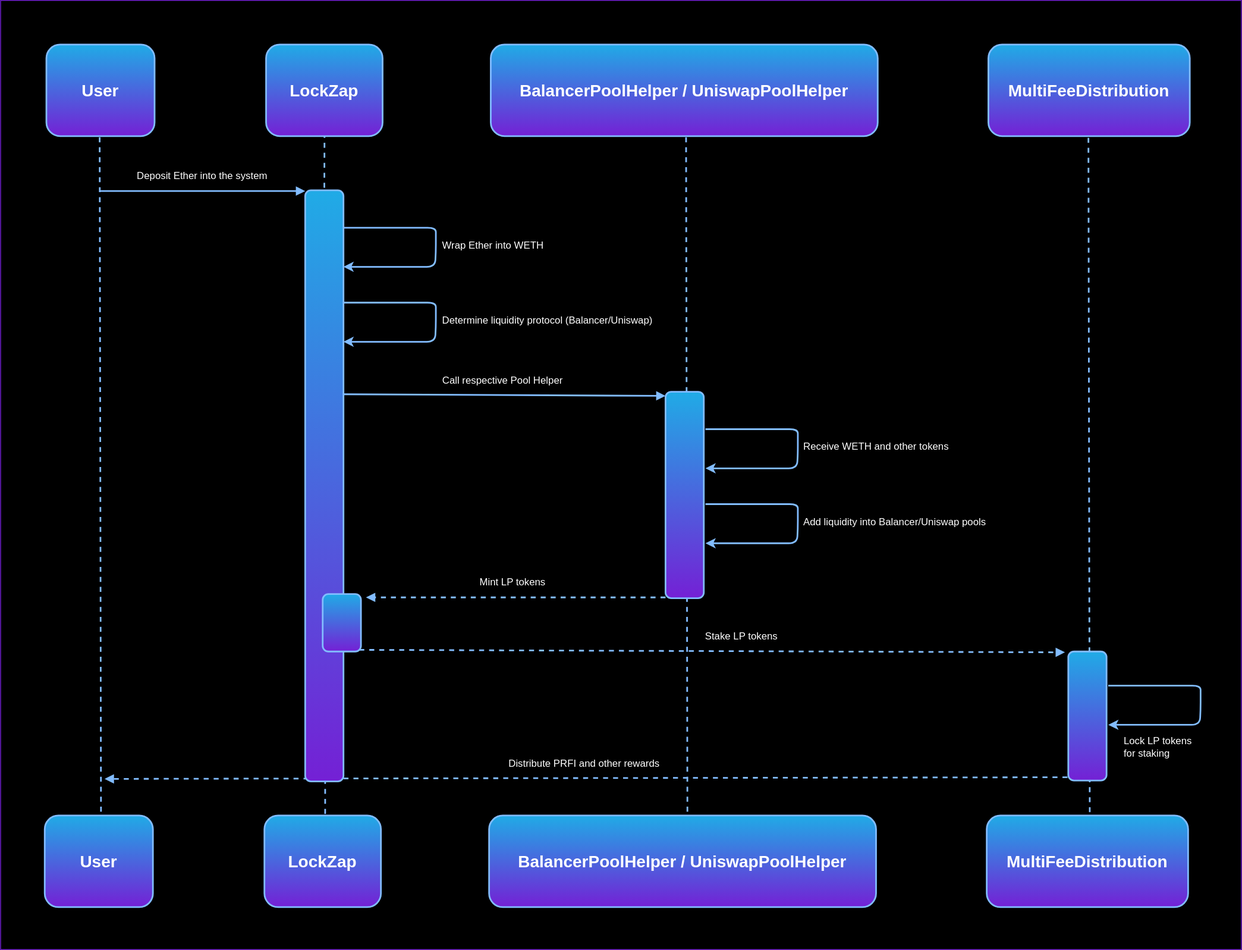
PrimeNumbersLabs/primefi-gitbook keeps this draw.io diagram as contracts/diagrams/flik.drawio.svg. Above is the earlier version. Source tidied: cells renumbered, new cells last; positions are measured from the earlier drawing's top-left corner, leaving out a move shared by most shapes. Source of this version:
```xml
<mxGraphModel background="#000000">
  <root>
    <mxCell id="0" />
    <mxCell id="1" parent="0" />
    <mxCell id="2" style="rounded=0;whiteSpace=wrap;html=1;strokeColor=#7420D5;fontFamily=Helvetica;fontSize=12;fontColor=default;fillColor=none;gradientColor=#7420D5;" parent="1" vertex="1">
      <mxGeometry width="1491" height="1140" as="geometry" />
    </mxCell>
    <mxCell id="3" value="User" style="rounded=1;whiteSpace=wrap;html=1;fillColor=#20ABE6;strokeColor=#82BCFF;fontColor=#FFFFFF;fontSize=20;strokeWidth=2;fontStyle=1;gradientColor=#7420D5;labelBackgroundColor=none;labelBorderColor=none;" parent="1" vertex="1">
      <mxGeometry x="55" y="53" width="130" height="110" as="geometry" />
    </mxCell>
    <mxCell id="4" value="LockZap" style="rounded=1;whiteSpace=wrap;html=1;fillColor=#20ABE6;strokeColor=#82BCFF;fontColor=#FFFFFF;fontSize=20;strokeWidth=2;fontStyle=1;gradientColor=#7420D5;labelBackgroundColor=none;labelBorderColor=none;" parent="1" vertex="1">
      <mxGeometry x="319" y="53" width="140" height="110" as="geometry" />
    </mxCell>
    <mxCell id="5" value="BalancerPoolHelper / UniswapPoolHelper" style="rounded=1;whiteSpace=wrap;html=1;fillColor=#20ABE6;strokeColor=#82BCFF;fontColor=#FFFFFF;fontSize=20;strokeWidth=2;fontStyle=1;gradientColor=#7420D5;labelBackgroundColor=none;labelBorderColor=none;" parent="1" vertex="1">
      <mxGeometry x="589" y="53" width="465" height="110" as="geometry" />
    </mxCell>
    <mxCell id="6" value="MultiFeeDistribution" style="rounded=1;whiteSpace=wrap;html=1;fillColor=#20ABE6;strokeColor=#82BCFF;fontColor=#FFFFFF;fontSize=20;strokeWidth=2;fontStyle=1;gradientColor=#7420D5;labelBackgroundColor=none;labelBorderColor=none;" parent="1" vertex="1">
      <mxGeometry x="1187" y="53" width="242" height="110" as="geometry" />
    </mxCell>
    <mxCell id="7" value="User" style="rounded=1;whiteSpace=wrap;html=1;fillColor=#20ABE6;strokeColor=#82BCFF;fontColor=#FFFFFF;fontSize=20;strokeWidth=2;fontStyle=1;gradientColor=#7420D5;labelBackgroundColor=none;labelBorderColor=none;" parent="1" vertex="1">
      <mxGeometry x="53" y="979" width="130" height="110" as="geometry" />
    </mxCell>
    <mxCell id="8" value="LockZap" style="rounded=1;whiteSpace=wrap;html=1;fillColor=#20ABE6;strokeColor=#82BCFF;fontColor=#FFFFFF;fontSize=20;strokeWidth=2;fontStyle=1;gradientColor=#7420D5;labelBackgroundColor=none;labelBorderColor=none;" parent="1" vertex="1">
      <mxGeometry x="317" y="979" width="140" height="110" as="geometry" />
    </mxCell>
    <mxCell id="9" value="BalancerPoolHelper / UniswapPoolHelper" style="rounded=1;whiteSpace=wrap;html=1;fillColor=#20ABE6;strokeColor=#82BCFF;fontColor=#FFFFFF;fontSize=20;strokeWidth=2;fontStyle=1;gradientColor=#7420D5;labelBackgroundColor=none;labelBorderColor=none;" parent="1" vertex="1">
      <mxGeometry x="587" y="979" width="465" height="110" as="geometry" />
    </mxCell>
    <mxCell id="10" value="MultiFeeDistribution" style="rounded=1;whiteSpace=wrap;html=1;fillColor=#20ABE6;strokeColor=#82BCFF;fontColor=#FFFFFF;fontSize=20;strokeWidth=2;fontStyle=1;gradientColor=#7420D5;labelBackgroundColor=none;labelBorderColor=none;" parent="1" vertex="1">
      <mxGeometry x="1185" y="979" width="242" height="110" as="geometry" />
    </mxCell>
    <mxCell id="11" style="endArrow=none;dashed=1;html=1;rounded=0;entryX=0.5;entryY=1;entryDx=0;entryDy=0;exitX=0.5;exitY=0;exitDx=0;exitDy=0;strokeWidth=2;strokeColor=#82BCFF;" parent="1" edge="1">
      <mxGeometry relative="1" as="geometry">
        <mxPoint x="120.6" y="974.3" as="sourcePoint" />
        <mxPoint x="119" y="163" as="targetPoint" />
      </mxGeometry>
    </mxCell>
    <mxCell id="12" style="endArrow=none;dashed=1;html=1;rounded=0;entryX=0.5;entryY=1;entryDx=0;entryDy=0;exitX=0.5;exitY=0;exitDx=0;exitDy=0;strokeWidth=2;strokeColor=#82BCFF;" parent="1" edge="1">
      <mxGeometry relative="1" as="geometry">
        <mxPoint x="389" y="225" as="sourcePoint" />
        <mxPoint x="389.2" y="163" as="targetPoint" />
      </mxGeometry>
    </mxCell>
    <mxCell id="13" style="endArrow=none;dashed=1;html=1;rounded=0;entryX=0.5;entryY=1;entryDx=0;entryDy=0;exitX=0.5;exitY=0;exitDx=0;exitDy=0;strokeWidth=2;strokeColor=#82BCFF;" parent="1" edge="1">
      <mxGeometry relative="1" as="geometry">
        <mxPoint x="825.3" y="974.3" as="sourcePoint" />
        <mxPoint x="823.7" y="163" as="targetPoint" />
      </mxGeometry>
    </mxCell>
    <mxCell id="14" style="endArrow=none;dashed=1;html=1;rounded=0;entryX=0.5;entryY=1;entryDx=0;entryDy=0;exitX=0.5;exitY=0;exitDx=0;exitDy=0;strokeWidth=2;strokeColor=#82BCFF;" parent="1" edge="1">
      <mxGeometry relative="1" as="geometry">
        <mxPoint x="1308.8" y="975" as="sourcePoint" />
        <mxPoint x="1307.2" y="163.7" as="targetPoint" />
      </mxGeometry>
    </mxCell>
    <mxCell id="15" style="endArrow=block;html=1;rounded=0;endFill=1;strokeWidth=2;strokeColor=#82BCFF;" parent="1" edge="1">
      <mxGeometry relative="1" as="geometry">
        <mxPoint x="119" y="229" as="sourcePoint" />
        <mxPoint x="366" y="229" as="targetPoint" />
      </mxGeometry>
    </mxCell>
    <mxCell id="16" value="Deposit Ether into the system" style="edgeLabel;html=1;align=center;verticalAlign=middle;fontColor=#FFFFFF;labelBackgroundColor=none;fontSize=12;" parent="15" vertex="1">
      <mxGeometry x="0.18" y="3" relative="1" as="geometry">
        <mxPoint x="-24" y="-16" as="offset" />
      </mxGeometry>
    </mxCell>
    <mxCell id="17" style="endArrow=block;html=1;rounded=0;endFill=1;strokeWidth=2;strokeColor=#82BCFF;" parent="1" edge="1">
      <mxGeometry relative="1" as="geometry">
        <mxPoint x="409" y="473" as="sourcePoint" />
        <mxPoint x="799" y="475" as="targetPoint" />
      </mxGeometry>
    </mxCell>
    <mxCell id="18" value="Call respective Pool Helper" style="edgeLabel;html=1;align=center;verticalAlign=middle;fontColor=#FFFFFF;labelBackgroundColor=none;fontSize=12;" parent="17" vertex="1">
      <mxGeometry x="0.18" y="3" relative="1" as="geometry">
        <mxPoint x="-37" y="-15" as="offset" />
      </mxGeometry>
    </mxCell>
    <mxCell id="19" style="endArrow=block;html=1;rounded=0;endFill=1;strokeWidth=2;dashed=1;strokeColor=#82BCFF;" parent="1" edge="1">
      <mxGeometry relative="1" as="geometry">
        <mxPoint x="431" y="780" as="sourcePoint" />
        <mxPoint x="1279" y="783" as="targetPoint" />
      </mxGeometry>
    </mxCell>
    <mxCell id="20" value="Stake LP tokens" style="edgeLabel;html=1;align=center;verticalAlign=middle;fontColor=#FFFFFF;labelBackgroundColor=none;fontSize=12;" parent="19" vertex="1">
      <mxGeometry x="0.18" y="3" relative="1" as="geometry">
        <mxPoint x="-42" y="-16" as="offset" />
      </mxGeometry>
    </mxCell>
    <mxCell id="21" style="endArrow=block;html=1;rounded=0;endFill=1;strokeWidth=2;dashed=1;strokeColor=#82BCFF;" parent="1" edge="1">
      <mxGeometry relative="1" as="geometry">
        <mxPoint x="1282" y="933" as="sourcePoint" />
        <mxPoint x="125" y="935" as="targetPoint" />
      </mxGeometry>
    </mxCell>
    <mxCell id="22" value="Distribute PRFI and other rewards" style="edgeLabel;html=1;align=center;verticalAlign=middle;fontColor=#FFFFFF;labelBackgroundColor=none;fontSize=12;" parent="21" vertex="1">
      <mxGeometry x="0.18" y="3" relative="1" as="geometry">
        <mxPoint x="100" y="-21" as="offset" />
      </mxGeometry>
    </mxCell>
    <mxCell id="23" style="endArrow=block;html=1;rounded=0;endFill=1;strokeWidth=2;dashed=1;strokeColor=#82BCFF;" parent="1" edge="1">
      <mxGeometry relative="1" as="geometry">
        <mxPoint x="799" y="717" as="sourcePoint" />
        <mxPoint x="439" y="717" as="targetPoint" />
      </mxGeometry>
    </mxCell>
    <mxCell id="24" value="Mint LP tokens" style="edgeLabel;html=1;align=center;verticalAlign=middle;fontColor=#FFFFFF;labelBackgroundColor=none;fontSize=12;" parent="23" vertex="1">
      <mxGeometry x="0.18" y="3" relative="1" as="geometry">
        <mxPoint x="27" y="-22" as="offset" />
      </mxGeometry>
    </mxCell>
    <mxCell id="25" style="rounded=1;whiteSpace=wrap;html=1;fillColor=#20ABE6;strokeColor=#82BCFF;fontColor=#FFFFFF;fontSize=20;strokeWidth=2;fontStyle=1;gradientColor=#7420D5;labelBackgroundColor=none;labelBorderColor=none;" parent="1" vertex="1">
      <mxGeometry x="1283" y="782" width="46" height="155" as="geometry" />
    </mxCell>
    <mxCell id="26" style="rounded=1;whiteSpace=wrap;html=1;fillColor=#20ABE6;strokeColor=#82BCFF;fontColor=#FFFFFF;fontSize=20;strokeWidth=2;fontStyle=1;gradientColor=#7420D5;labelBackgroundColor=none;labelBorderColor=none;" parent="1" vertex="1">
      <mxGeometry x="799" y="470" width="46" height="248" as="geometry" />
    </mxCell>
    <mxCell id="27" style="endArrow=none;dashed=1;html=1;rounded=0;strokeWidth=2;strokeColor=#82BCFF;" parent="1" edge="1">
      <mxGeometry relative="1" as="geometry">
        <mxPoint x="390" y="977" as="sourcePoint" />
        <mxPoint x="390" y="939" as="targetPoint" />
      </mxGeometry>
    </mxCell>
    <mxCell id="28" style="rounded=1;whiteSpace=wrap;html=1;fillColor=#20ABE6;strokeColor=#82BCFF;fontColor=#FFFFFF;fontSize=20;strokeWidth=2;fontStyle=1;gradientColor=#7420D5;labelBackgroundColor=none;labelBorderColor=none;" parent="1" vertex="1">
      <mxGeometry x="366" y="228" width="46" height="710" as="geometry" />
    </mxCell>
    <mxCell id="29" style="rounded=1;whiteSpace=wrap;html=1;fillColor=#20ABE6;strokeColor=#82BCFF;fontColor=#FFFFFF;fontSize=20;strokeWidth=2;fontStyle=1;gradientColor=#7420D5;labelBackgroundColor=none;labelBorderColor=none;" parent="1" vertex="1">
      <mxGeometry x="387" y="713" width="46" height="69" as="geometry" />
    </mxCell>
    <mxCell id="30" style="curved=1;endArrow=classic;html=1;rounded=0;strokeColor=#82BCFF;strokeWidth=2;" parent="1" edge="1">
      <mxGeometry relative="1" as="geometry">
        <mxPoint x="412" y="273" as="sourcePoint" />
        <mxPoint x="412" y="320" as="targetPoint" />
        <Array as="points">
          <mxPoint x="503" y="273" />
          <mxPoint x="523" y="273" />
          <mxPoint x="523" y="283" />
          <mxPoint x="523" y="303" />
          <mxPoint x="522" y="320" />
          <mxPoint x="502" y="320" />
          <mxPoint x="442" y="320" />
        </Array>
      </mxGeometry>
    </mxCell>
    <mxCell id="31" value="Wrap Ether into WETH" style="edgeLabel;html=1;align=left;verticalAlign=middle;labelBackgroundColor=none;fontColor=#FFFFFF;fontSize=12;" parent="30" vertex="1">
      <mxGeometry x="0.01" relative="1" as="geometry">
        <mxPoint x="6" y="-4" as="offset" />
      </mxGeometry>
    </mxCell>
    <mxCell id="32" style="curved=1;endArrow=classic;html=1;rounded=0;strokeColor=#82BCFF;strokeWidth=2;" parent="1" edge="1">
      <mxGeometry relative="1" as="geometry">
        <mxPoint x="412" y="363" as="sourcePoint" />
        <mxPoint x="412" y="410" as="targetPoint" />
        <Array as="points">
          <mxPoint x="503" y="363" />
          <mxPoint x="523" y="363" />
          <mxPoint x="523" y="373" />
          <mxPoint x="523" y="393" />
          <mxPoint x="522" y="410" />
          <mxPoint x="502" y="410" />
          <mxPoint x="442" y="410" />
        </Array>
      </mxGeometry>
    </mxCell>
    <mxCell id="33" value="Determine liquidity protocol (Balancer/Uniswap)" style="edgeLabel;html=1;align=left;verticalAlign=middle;labelBackgroundColor=none;fontColor=#FFFFFF;fontSize=12;" parent="32" vertex="1">
      <mxGeometry x="0.01" relative="1" as="geometry">
        <mxPoint x="6" y="-4" as="offset" />
      </mxGeometry>
    </mxCell>
    <mxCell id="34" style="curved=1;endArrow=classic;html=1;rounded=0;strokeColor=#82BCFF;strokeWidth=2;" parent="1" edge="1">
      <mxGeometry relative="1" as="geometry">
        <mxPoint x="847" y="515" as="sourcePoint" />
        <mxPoint x="847" y="562" as="targetPoint" />
        <Array as="points">
          <mxPoint x="938" y="515" />
          <mxPoint x="958" y="515" />
          <mxPoint x="958" y="525" />
          <mxPoint x="958" y="545" />
          <mxPoint x="957" y="562" />
          <mxPoint x="937" y="562" />
          <mxPoint x="877" y="562" />
        </Array>
      </mxGeometry>
    </mxCell>
    <mxCell id="35" value="Receive WETH and other tokens" style="edgeLabel;html=1;align=left;verticalAlign=middle;labelBackgroundColor=none;fontColor=#FFFFFF;fontSize=12;" parent="34" vertex="1">
      <mxGeometry x="0.01" relative="1" as="geometry">
        <mxPoint x="5" y="-5" as="offset" />
      </mxGeometry>
    </mxCell>
    <mxCell id="36" style="curved=1;endArrow=classic;html=1;rounded=0;strokeColor=#82BCFF;strokeWidth=2;" parent="1" edge="1">
      <mxGeometry relative="1" as="geometry">
        <mxPoint x="847" y="605" as="sourcePoint" />
        <mxPoint x="847" y="652" as="targetPoint" />
        <Array as="points">
          <mxPoint x="938" y="605" />
          <mxPoint x="958" y="605" />
          <mxPoint x="958" y="615" />
          <mxPoint x="958" y="635" />
          <mxPoint x="957" y="652" />
          <mxPoint x="937" y="652" />
          <mxPoint x="877" y="652" />
        </Array>
      </mxGeometry>
    </mxCell>
    <mxCell id="37" value="Add liquidity into Balancer/Uniswap pools" style="edgeLabel;html=1;align=left;verticalAlign=middle;labelBackgroundColor=none;fontColor=#FFFFFF;fontSize=12;" parent="36" vertex="1">
      <mxGeometry x="0.01" relative="1" as="geometry">
        <mxPoint x="5" y="-4" as="offset" />
      </mxGeometry>
    </mxCell>
    <mxCell id="38" style="curved=1;endArrow=classic;html=1;rounded=0;strokeColor=#82BCFF;strokeWidth=2;" parent="1" edge="1">
      <mxGeometry relative="1" as="geometry">
        <mxPoint x="1331" y="823" as="sourcePoint" />
        <mxPoint x="1331" y="870" as="targetPoint" />
        <Array as="points">
          <mxPoint x="1422" y="823" />
          <mxPoint x="1442" y="823" />
          <mxPoint x="1442" y="833" />
          <mxPoint x="1442" y="853" />
          <mxPoint x="1441" y="870" />
          <mxPoint x="1421" y="870" />
          <mxPoint x="1361" y="870" />
        </Array>
      </mxGeometry>
    </mxCell>
    <mxCell id="39" value="Lock LP tokens &lt;br&gt;for staking" style="edgeLabel;html=1;align=left;verticalAlign=middle;labelBackgroundColor=none;fontColor=#FFFFFF;fontSize=12;" parent="38" vertex="1">
      <mxGeometry x="0.01" relative="1" as="geometry">
        <mxPoint x="-94" y="48" as="offset" />
      </mxGeometry>
    </mxCell>
  </root>
</mxGraphModel>
```
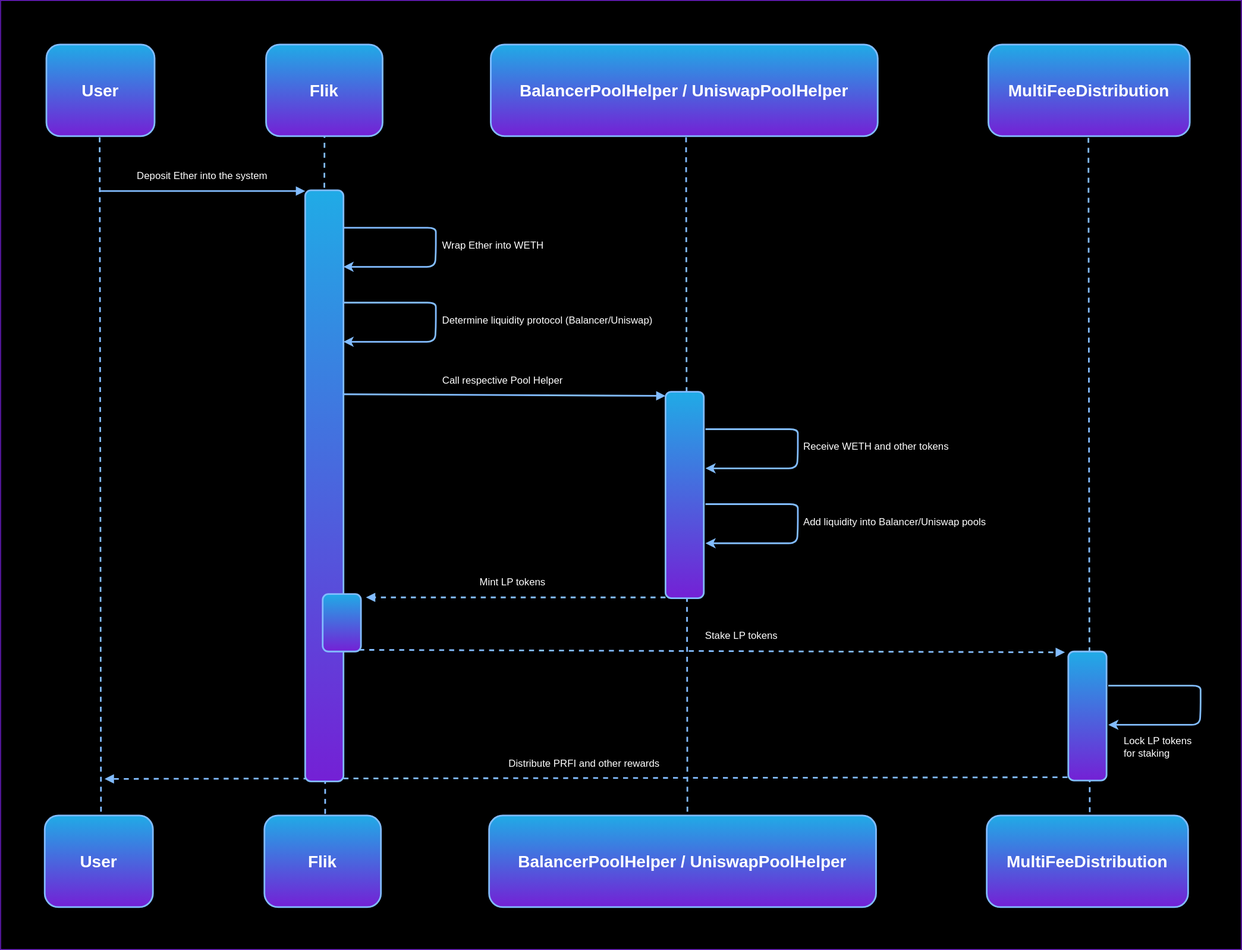
The same file after the commit.

Diff of the diagram source:
```diff
@@ -8,7 +8,7 @@
     <mxCell id="3" value="User" style="rounded=1;whiteSpace=wrap;html=1;fillColor=#20ABE6;strokeColor=#82BCFF;fontColor=#FFFFFF;fontSize=20;strokeWidth=2;fontStyle=1;gradientColor=#7420D5;labelBackgroundColor=none;labelBorderColor=none;" parent="1" vertex="1">
       <mxGeometry x="55" y="53" width="130" height="110" as="geometry" />
     </mxCell>
-    <mxCell id="4" value="LockZap" style="rounded=1;whiteSpace=wrap;html=1;fillColor=#20ABE6;strokeColor=#82BCFF;fontColor=#FFFFFF;fontSize=20;strokeWidth=2;fontStyle=1;gradientColor=#7420D5;labelBackgroundColor=none;labelBorderColor=none;" parent="1" vertex="1">
+    <mxCell id="4" value="Flik" style="rounded=1;whiteSpace=wrap;html=1;fillColor=#20ABE6;strokeColor=#82BCFF;fontColor=#FFFFFF;fontSize=20;strokeWidth=2;fontStyle=1;gradientColor=#7420D5;labelBackgroundColor=none;labelBorderColor=none;" parent="1" vertex="1">
       <mxGeometry x="319" y="53" width="140" height="110" as="geometry" />
     </mxCell>
     <mxCell id="5" value="BalancerPoolHelper / UniswapPoolHelper" style="rounded=1;whiteSpace=wrap;html=1;fillColor=#20ABE6;strokeColor=#82BCFF;fontColor=#FFFFFF;fontSize=20;strokeWidth=2;fontStyle=1;gradientColor=#7420D5;labelBackgroundColor=none;labelBorderColor=none;" parent="1" vertex="1">
@@ -20,7 +20,7 @@
     <mxCell id="7" value="User" style="rounded=1;whiteSpace=wrap;html=1;fillColor=#20ABE6;strokeColor=#82BCFF;fontColor=#FFFFFF;fontSize=20;strokeWidth=2;fontStyle=1;gradientColor=#7420D5;labelBackgroundColor=none;labelBorderColor=none;" parent="1" vertex="1">
       <mxGeometry x="53" y="979" width="130" height="110" as="geometry" />
     </mxCell>
-    <mxCell id="8" value="LockZap" style="rounded=1;whiteSpace=wrap;html=1;fillColor=#20ABE6;strokeColor=#82BCFF;fontColor=#FFFFFF;fontSize=20;strokeWidth=2;fontStyle=1;gradientColor=#7420D5;labelBackgroundColor=none;labelBorderColor=none;" parent="1" vertex="1">
+    <mxCell id="8" value="Flik" style="rounded=1;whiteSpace=wrap;html=1;fillColor=#20ABE6;strokeColor=#82BCFF;fontColor=#FFFFFF;fontSize=20;strokeWidth=2;fontStyle=1;gradientColor=#7420D5;labelBackgroundColor=none;labelBorderColor=none;" parent="1" vertex="1">
       <mxGeometry x="317" y="979" width="140" height="110" as="geometry" />
     </mxCell>
     <mxCell id="9" value="BalancerPoolHelper / UniswapPoolHelper" style="rounded=1;whiteSpace=wrap;html=1;fillColor=#20ABE6;strokeColor=#82BCFF;fontColor=#FFFFFF;fontSize=20;strokeWidth=2;fontStyle=1;gradientColor=#7420D5;labelBackgroundColor=none;labelBorderColor=none;" parent="1" vertex="1">
```
